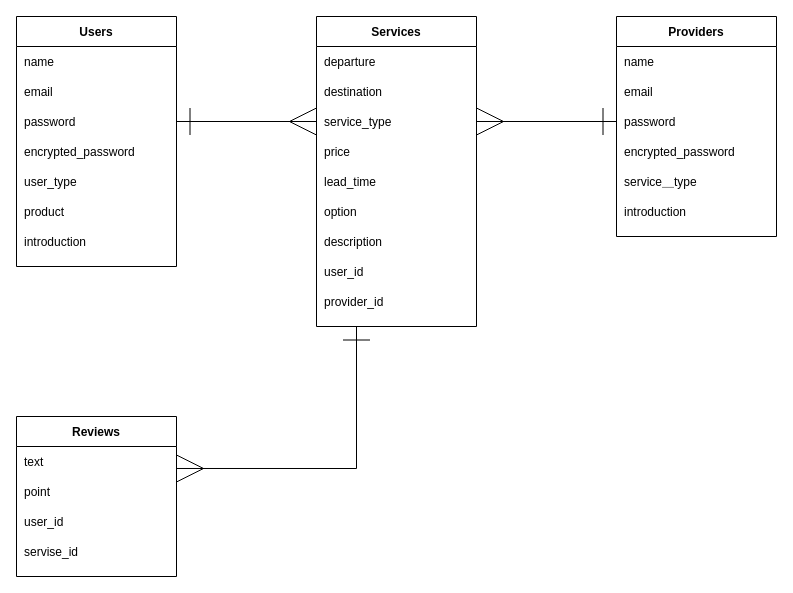
Before: ER.dio in jun-ishibashi/lit_app, a draw.io diagram. Source tidied: cells renumbered, new cells numbered last; positions are measured from the earlier drawing's top-left corner, leaving out a move shared by most shapes. Both pictures are drawn from the tidied source at 100%, with x=0, y=0 at pixel (16, 16).
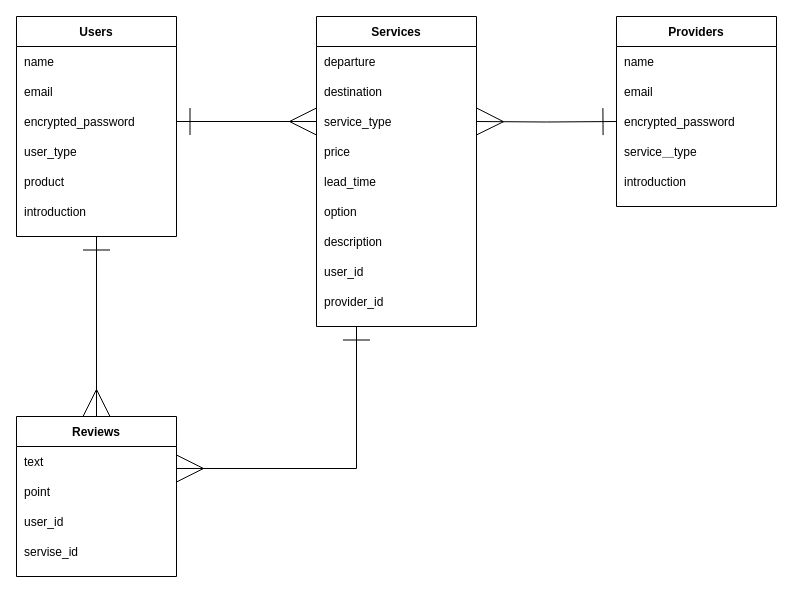
Above is the later version.

Unchanged cells that the change refers to:
```xml
<mxCell id="38" style="shape=partialRectangle;fillColor=none;top=0;left=0;bottom=0;right=0;points=[[0,0.5],[1,0.5]];portConstraint=eastwest;" parent="33" vertex="1">
  <mxGeometry y="90" width="160" height="30" as="geometry" />
</mxCell>
<mxCell id="52" value="Reviews" style="shape=table;startSize=30;childLayout=tableLayout;rowLines=0;fontStyle=1;align=center;" parent="1" vertex="1">
  <mxGeometry y="400" width="160" height="160" as="geometry" />
</mxCell>
```

Change to the diagram source:
```diff
@@
-    <mxCell id="2" style="edgeStyle=orthogonalEdgeStyle;rounded=0;jettySize=auto;html=1;exitX=0.5;exitY=1;exitDx=0;exitDy=0;entryX=0.5;entryY=0;entryDx=0;entryDy=0;startArrow=ERone;startFill=0;endArrow=ERmany;endFill=0;startSize=25;endSize=25;" parent="1" edge="1" source="3" target="52" />
+    <mxCell id="2" style="edgeStyle=orthogonalEdgeStyle;rounded=0;jettySize=auto;html=1;exitX=0.5;exitY=1;exitDx=0;exitDy=0;entryX=0.5;entryY=0;entryDx=0;entryDy=0;startArrow=ERone;startFill=0;endArrow=ERmany;endFill=0;startSize=25;endSize=25;" parent="1" edge="1" source="3" target="52">
+      <mxGeometry relative="1" as="geometry" />
+    </mxCell>
     <mxCell id="3" value="Users" style="shape=table;startSize=30;childLayout=tableLayout;rowLines=0;fontStyle=1;align=center;columnLines=0;" parent="1" vertex="1">
-      <mxGeometry width="160" height="250" as="geometry" />
+      <mxGeometry width="160" height="220" as="geometry" />
     </mxCell>
@@
-    <mxCell id="8" style="shape=partialRectangle;fillColor=none;top=0;left=0;bottom=0;right=0;points=[[0,0.5],[1,0.5]];portConstraint=eastwest;" parent="3" vertex="1">
-      <mxGeometry y="90" width="160" height="30" as="geometry" />
-    </mxCell>
-    <mxCell id="9" value="password" style="shape=partialRectangle;fillColor=none;top=0;left=0;bottom=0;right=0;align=left;spacingLeft=6;overflow=hidden;" parent="8" vertex="1">
-      <mxGeometry width="160" height="30" as="geometry" />
-    </mxCell>
     <mxCell id="10" style="shape=partialRectangle;fillColor=none;top=0;left=0;bottom=0;right=0;" parent="3" vertex="1">
-      <mxGeometry y="120" width="160" height="30" as="geometry" />
+      <mxGeometry y="90" width="160" height="30" as="geometry" />
     </mxCell>
@@
     <mxCell id="12" style="shape=partialRectangle;fillColor=none;top=0;left=0;bottom=0;right=0;" parent="3" vertex="1">
-      <mxGeometry y="150" width="160" height="30" as="geometry" />
+      <mxGeometry y="120" width="160" height="30" as="geometry" />
     </mxCell>
@@
     <mxCell id="14" style="shape=partialRectangle;fillColor=none;top=0;left=0;bottom=0;right=0;" parent="3" vertex="1">
-      <mxGeometry y="180" width="160" height="30" as="geometry" />
+      <mxGeometry y="150" width="160" height="30" as="geometry" />
     </mxCell>
@@
     <mxCell id="16" style="shape=partialRectangle;fillColor=none;top=0;left=0;bottom=0;right=0;" parent="3" vertex="1">
-      <mxGeometry y="210" width="160" height="30" as="geometry" />
+      <mxGeometry y="180" width="160" height="30" as="geometry" />
     </mxCell>
@@
-    <mxCell id="18" style="edgeStyle=orthogonalEdgeStyle;rounded=0;jettySize=auto;html=1;exitX=0;exitY=0.5;exitDx=0;exitDy=0;startArrow=ERone;startFill=0;endArrow=ERmany;endFill=0;endSize=25;startSize=25;entryX=1;entryY=0.5;entryDx=0;entryDy=0;" parent="1" edge="1" source="24" target="38">
-      <mxGeometry relative="1" as="geometry" />
+    <mxCell id="18" style="edgeStyle=orthogonalEdgeStyle;rounded=0;jettySize=auto;html=1;exitX=0;exitY=0.5;exitDx=0;exitDy=0;startArrow=ERone;startFill=0;endArrow=ERmany;endFill=0;endSize=25;startSize=25;entryX=1;entryY=0.5;entryDx=0;entryDy=0;" parent="1" edge="1" target="38">
+      <mxGeometry relative="1" as="geometry">
+        <mxPoint x="600" y="105" as="sourcePoint" />
+      </mxGeometry>
     </mxCell>
     <mxCell id="19" value="Providers" style="shape=table;startSize=30;childLayout=tableLayout;rowLines=0;fontStyle=1;align=center;" parent="1" vertex="1">
-      <mxGeometry x="600" width="160" height="220" as="geometry" />
+      <mxGeometry x="600" width="160" height="190" as="geometry" />
     </mxCell>
@@
-    <mxCell id="24" style="shape=partialRectangle;fillColor=none;top=0;left=0;bottom=0;right=0;points=[[0,0.5],[1,0.5]];portConstraint=eastwest;" parent="19" vertex="1">
-      <mxGeometry y="90" width="160" height="30" as="geometry" />
-    </mxCell>
-    <mxCell id="25" value="password" style="shape=partialRectangle;fillColor=none;top=0;left=0;bottom=0;right=0;align=left;spacingLeft=6;overflow=hidden;" parent="24" vertex="1">
-      <mxGeometry width="160" height="30" as="geometry" />
-    </mxCell>
     <mxCell id="26" style="shape=partialRectangle;fillColor=none;top=0;left=0;bottom=0;right=0;" parent="19" vertex="1">
-      <mxGeometry y="120" width="160" height="30" as="geometry" />
+      <mxGeometry y="90" width="160" height="30" as="geometry" />
     </mxCell>
@@
     <mxCell id="28" style="shape=partialRectangle;fillColor=none;top=0;left=0;bottom=0;right=0;" parent="19" vertex="1">
-      <mxGeometry y="150" width="160" height="30" as="geometry" />
+      <mxGeometry y="120" width="160" height="30" as="geometry" />
     </mxCell>
@@
     <mxCell id="30" style="shape=partialRectangle;fillColor=none;top=0;left=0;bottom=0;right=0;" parent="19" vertex="1">
-      <mxGeometry y="180" width="160" height="30" as="geometry" />
+      <mxGeometry y="150" width="160" height="30" as="geometry" />
     </mxCell>
@@
-    <mxCell id="61" style="rounded=0;jettySize=auto;html=1;exitX=1;exitY=0.5;exitDx=0;exitDy=0;startArrow=ERone;startFill=0;endSize=25;endArrow=ERmany;endFill=0;startSize=25;" parent="1" edge="1" source="8" target="38">
-      <mxGeometry relative="1" as="geometry" />
+    <mxCell id="61" style="rounded=0;jettySize=auto;html=1;exitX=1;exitY=0.5;exitDx=0;exitDy=0;startArrow=ERone;startFill=0;endSize=25;endArrow=ERmany;endFill=0;startSize=25;" parent="1" edge="1" target="38">
+      <mxGeometry relative="1" as="geometry">
+        <mxPoint x="160" y="105" as="sourcePoint" />
+      </mxGeometry>
     </mxCell>
```
